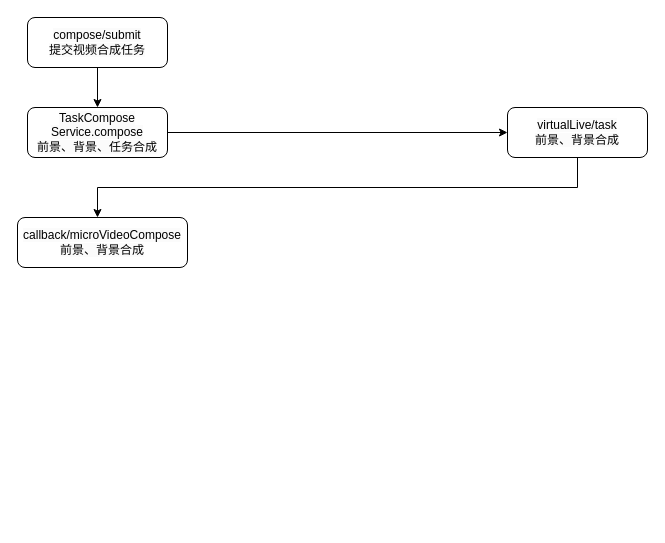
This is 流程.drawio from govvc/ML_CLASS_FILE, a draw.io file, before an edit. Source tidied: cells renumbered, new cells numbered last; positions are measured from the earlier drawing's top-left corner, leaving out a move shared by most shapes. Both pictures are drawn from the tidied source at 100%, with x=0, y=0 at pixel (17, 17).
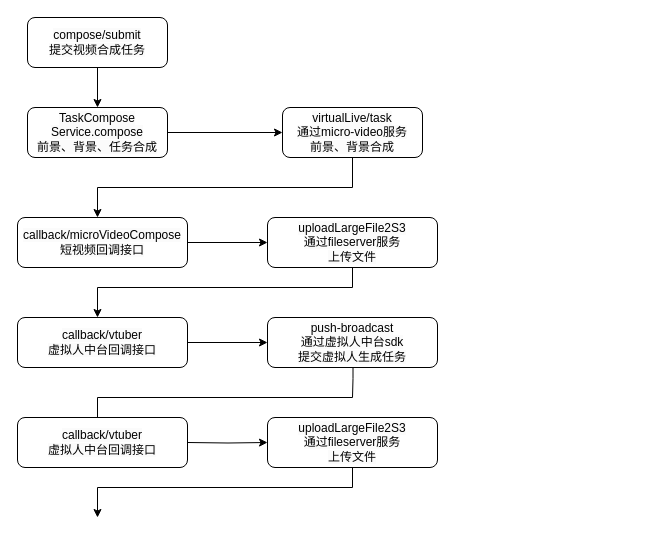
Above is the later version.

The edit, as a diff of the source:
```diff
@@
-    <mxCell id="6" style="edgeStyle=orthogonalEdgeStyle;rounded=0;jettySize=auto;html=1;" parent="1" edge="1" source="7" target="8">
+    <mxCell id="6" style="edgeStyle=orthogonalEdgeStyle;rounded=0;jettySize=auto;html=1;exitX=0.5;exitY=1;exitDx=0;exitDy=0;" parent="1" edge="1" source="7" target="8">
       <mxGeometry relative="1" as="geometry">
         <Array as="points">
-          <mxPoint x="560" y="170" />
+          <mxPoint x="335" y="170" />
           <mxPoint x="80" y="170" />
         </Array>
       </mxGeometry>
     </mxCell>
-    <mxCell id="7" value="&lt;span style=&quot;color: rgb(0, 0, 0); font-family: Helvetica; font-size: 12px; font-style: normal; font-variant-ligatures: normal; font-variant-caps: normal; font-weight: 400; letter-spacing: normal; orphans: 2; text-indent: 0px; text-transform: none; widows: 2; word-spacing: 0px; -webkit-text-stroke-width: 0px; background-color: rgb(251, 251, 251); text-decoration-thickness: initial; text-decoration-style: initial; text-decoration-color: initial; float: none; display: inline !important;&quot;&gt;virtualLive/task&lt;br&gt;前景、背景合成&lt;br&gt;&lt;/span&gt;" style="rounded=1;whiteSpace=wrap;html=1;align=center;" parent="1" vertex="1">
-      <mxGeometry x="490" y="90" width="140" height="50" as="geometry" />
+    <mxCell id="7" value="&lt;span style=&quot;color: rgb(0, 0, 0); font-family: Helvetica; font-size: 12px; font-style: normal; font-variant-ligatures: normal; font-variant-caps: normal; font-weight: 400; letter-spacing: normal; orphans: 2; text-indent: 0px; text-transform: none; widows: 2; word-spacing: 0px; -webkit-text-stroke-width: 0px; background-color: rgb(251, 251, 251); text-decoration-thickness: initial; text-decoration-style: initial; text-decoration-color: initial; float: none; display: inline !important;&quot;&gt;virtualLive/task&lt;br&gt;通过micro-video服务&lt;br&gt;前景、背景合成&lt;br&gt;&lt;/span&gt;" style="rounded=1;whiteSpace=wrap;html=1;align=center;" parent="1" vertex="1">
+      <mxGeometry x="265" y="90" width="140" height="50" as="geometry" />
     </mxCell>
+    <mxCell id="9" style="edgeStyle=orthogonalEdgeStyle;rounded=0;jettySize=auto;html=1;" parent="1" edge="1" source="8" target="10">
+      <mxGeometry relative="1" as="geometry" />
+    </mxCell>
-    <mxCell id="8" value="&lt;span style=&quot;color: rgb(0, 0, 0); font-family: Helvetica; font-size: 12px; font-style: normal; font-variant-ligatures: normal; font-variant-caps: normal; font-weight: 400; letter-spacing: normal; orphans: 2; text-indent: 0px; text-transform: none; widows: 2; word-spacing: 0px; -webkit-text-stroke-width: 0px; background-color: rgb(251, 251, 251); text-decoration-thickness: initial; text-decoration-style: initial; text-decoration-color: initial; float: none; display: inline !important;&quot;&gt;callback/microVideoCompose&lt;br&gt;前景、背景合成&lt;br&gt;&lt;/span&gt;" style="rounded=1;whiteSpace=wrap;html=1;align=center;" parent="1" vertex="1">
+    <mxCell id="8" value="&lt;span style=&quot;color: rgb(0, 0, 0); font-family: Helvetica; font-size: 12px; font-style: normal; font-variant-ligatures: normal; font-variant-caps: normal; font-weight: 400; letter-spacing: normal; orphans: 2; text-indent: 0px; text-transform: none; widows: 2; word-spacing: 0px; -webkit-text-stroke-width: 0px; background-color: rgb(251, 251, 251); text-decoration-thickness: initial; text-decoration-style: initial; text-decoration-color: initial; float: none; display: inline !important;&quot;&gt;callback/microVideoCompose&lt;br&gt;短视频回调接口&lt;br&gt;&lt;/span&gt;" style="rounded=1;whiteSpace=wrap;html=1;align=center;" parent="1" vertex="1">
       <mxGeometry y="200" width="170" height="50" as="geometry" />
     </mxCell>
+    <mxCell id="10" value="&lt;span style=&quot;color: rgb(0, 0, 0); font-family: Helvetica; font-size: 12px; font-style: normal; font-variant-ligatures: normal; font-variant-caps: normal; font-weight: 400; letter-spacing: normal; orphans: 2; text-indent: 0px; text-transform: none; widows: 2; word-spacing: 0px; -webkit-text-stroke-width: 0px; background-color: rgb(251, 251, 251); text-decoration-thickness: initial; text-decoration-style: initial; text-decoration-color: initial; float: none; display: inline !important;&quot;&gt;uploadLargeFile2S3&lt;br&gt;通过fileserver服务&lt;br&gt;上传文件&lt;br&gt;&lt;/span&gt;" style="rounded=1;whiteSpace=wrap;html=1;align=center;" parent="1" vertex="1">
+      <mxGeometry x="250" y="200" width="170" height="50" as="geometry" />
+    </mxCell>
+    <mxCell id="11" style="edgeStyle=orthogonalEdgeStyle;rounded=0;jettySize=auto;html=1;exitX=0.5;exitY=1;exitDx=0;exitDy=0;" parent="1" edge="1" source="10">
+      <mxGeometry relative="1" as="geometry">
+        <mxPoint x="80" y="300" as="targetPoint" />
+        <Array as="points">
+          <mxPoint x="335" y="270" />
+          <mxPoint x="80" y="270" />
+        </Array>
+      </mxGeometry>
+    </mxCell>
+    <mxCell id="12" style="edgeStyle=orthogonalEdgeStyle;rounded=0;jettySize=auto;html=1;" parent="1" edge="1" source="13" target="14">
+      <mxGeometry relative="1" as="geometry" />
+    </mxCell>
+    <mxCell id="13" value="&lt;span style=&quot;color: rgb(0, 0, 0); font-family: Helvetica; font-size: 12px; font-style: normal; font-variant-ligatures: normal; font-variant-caps: normal; font-weight: 400; letter-spacing: normal; orphans: 2; text-indent: 0px; text-transform: none; widows: 2; word-spacing: 0px; -webkit-text-stroke-width: 0px; background-color: rgb(251, 251, 251); text-decoration-thickness: initial; text-decoration-style: initial; text-decoration-color: initial; float: none; display: inline !important;&quot;&gt;callback/vtuber&lt;br style=&quot;border-color: var(--border-color);&quot;&gt;虚拟人中台回调接口&lt;br&gt;&lt;/span&gt;" style="rounded=1;whiteSpace=wrap;html=1;align=center;" parent="1" vertex="1">
+      <mxGeometry y="300" width="170" height="50" as="geometry" />
+    </mxCell>
+    <mxCell id="14" value="&lt;span style=&quot;color: rgb(0, 0, 0); font-family: Helvetica; font-size: 12px; font-style: normal; font-variant-ligatures: normal; font-variant-caps: normal; font-weight: 400; letter-spacing: normal; orphans: 2; text-indent: 0px; text-transform: none; widows: 2; word-spacing: 0px; -webkit-text-stroke-width: 0px; background-color: rgb(251, 251, 251); text-decoration-thickness: initial; text-decoration-style: initial; text-decoration-color: initial; float: none; display: inline !important;&quot;&gt;push-broadcast&lt;br&gt;通过虚拟人中台sdk&lt;br&gt;提交虚拟人生成任务&lt;br&gt;&lt;/span&gt;" style="rounded=1;whiteSpace=wrap;html=1;align=center;" parent="1" vertex="1">
+      <mxGeometry x="250" y="300" width="170" height="50" as="geometry" />
+    </mxCell>
+    <mxCell id="15" style="edgeStyle=orthogonalEdgeStyle;rounded=0;jettySize=auto;html=1;exitX=0.503;exitY=1.006;exitDx=0;exitDy=0;exitPerimeter=0;" parent="1" edge="1" source="14">
+      <mxGeometry relative="1" as="geometry">
+        <mxPoint x="80" y="410" as="targetPoint" />
+        <Array as="points">
+          <mxPoint x="336" y="361" />
+          <mxPoint x="335" y="361" />
+          <mxPoint x="335" y="380" />
+          <mxPoint x="80" y="380" />
+        </Array>
+      </mxGeometry>
+    </mxCell>
+    <mxCell id="16" value="&lt;span style=&quot;color: rgb(0, 0, 0); font-family: Helvetica; font-size: 12px; font-style: normal; font-variant-ligatures: normal; font-variant-caps: normal; font-weight: 400; letter-spacing: normal; orphans: 2; text-indent: 0px; text-transform: none; widows: 2; word-spacing: 0px; -webkit-text-stroke-width: 0px; background-color: rgb(251, 251, 251); text-decoration-thickness: initial; text-decoration-style: initial; text-decoration-color: initial; float: none; display: inline !important;&quot;&gt;callback/vtuber&lt;br&gt;虚拟人中台回调接口&lt;br&gt;&lt;/span&gt;" style="rounded=1;whiteSpace=wrap;html=1;align=center;" parent="1" vertex="1">
+      <mxGeometry y="400" width="170" height="50" as="geometry" />
+    </mxCell>
+    <mxCell id="17" style="edgeStyle=orthogonalEdgeStyle;rounded=0;jettySize=auto;html=1;" parent="1" edge="1" target="18">
+      <mxGeometry relative="1" as="geometry">
+        <mxPoint x="170" y="425" as="sourcePoint" />
+      </mxGeometry>
+    </mxCell>
+    <mxCell id="18" value="&lt;span style=&quot;color: rgb(0, 0, 0); font-family: Helvetica; font-size: 12px; font-style: normal; font-variant-ligatures: normal; font-variant-caps: normal; font-weight: 400; letter-spacing: normal; orphans: 2; text-indent: 0px; text-transform: none; widows: 2; word-spacing: 0px; -webkit-text-stroke-width: 0px; background-color: rgb(251, 251, 251); text-decoration-thickness: initial; text-decoration-style: initial; text-decoration-color: initial; float: none; display: inline !important;&quot;&gt;uploadLargeFile2S3&lt;br&gt;通过fileserver服务&lt;br&gt;上传文件&lt;br&gt;&lt;/span&gt;" style="rounded=1;whiteSpace=wrap;html=1;align=center;" parent="1" vertex="1">
+      <mxGeometry x="250" y="400" width="170" height="50" as="geometry" />
+    </mxCell>
+    <mxCell id="19" style="edgeStyle=orthogonalEdgeStyle;rounded=0;jettySize=auto;html=1;exitX=0.5;exitY=1;exitDx=0;exitDy=0;" parent="1" edge="1" source="18">
+      <mxGeometry relative="1" as="geometry">
+        <mxPoint x="80" y="500" as="targetPoint" />
+        <Array as="points">
+          <mxPoint x="335" y="470" />
+          <mxPoint x="80" y="470" />
+        </Array>
+      </mxGeometry>
+    </mxCell>
```
